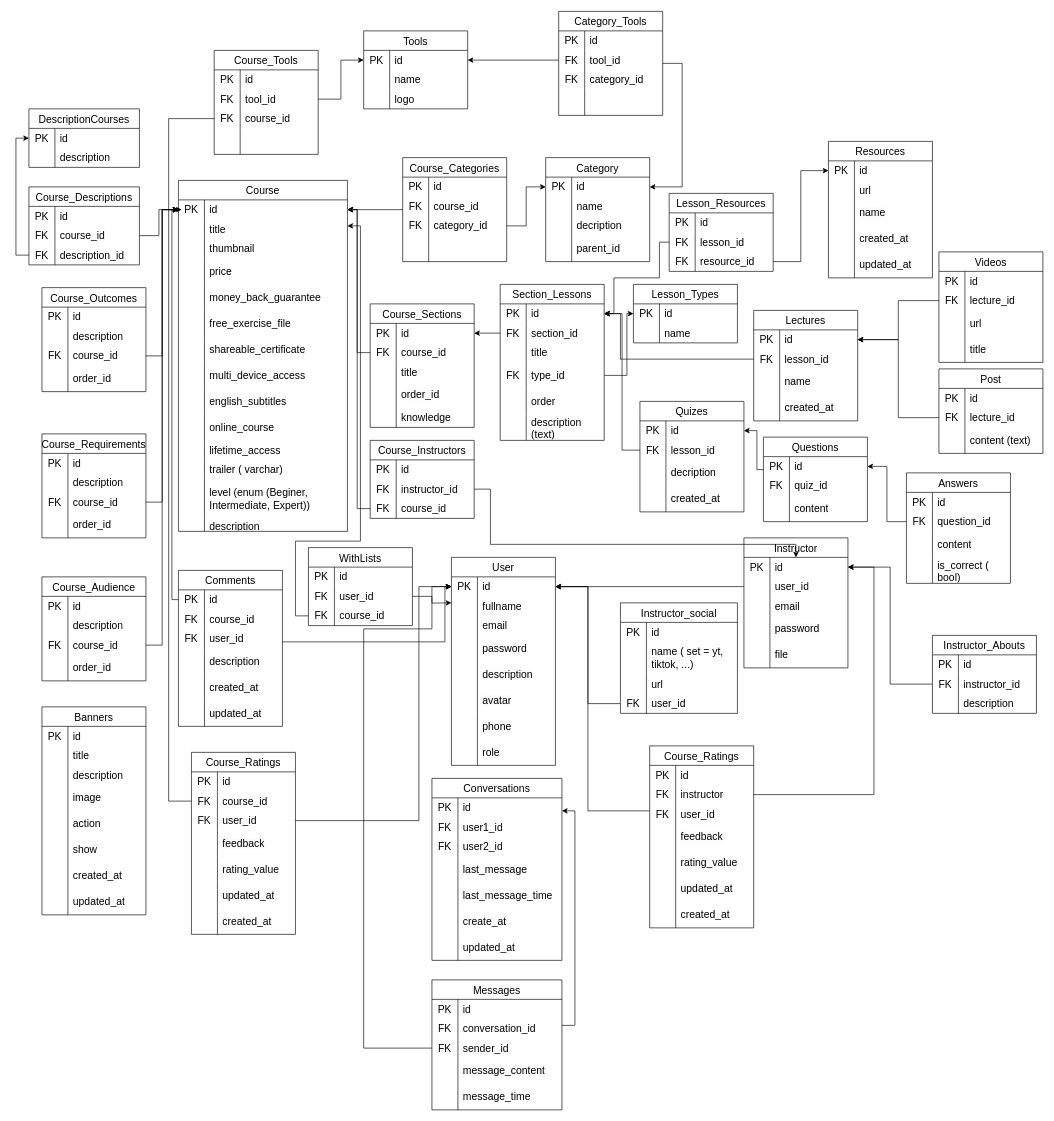
This is techstudent.drawio from phuc1903/techstudent, a draw.io file, before an edit. Source tidied: cells renumbered, new cells numbered last; positions are measured from the earlier drawing's top-left corner, leaving out a move shared by most shapes. Both pictures are drawn from the tidied source at 65%, with x=0, y=0 at pixel (16, 11).
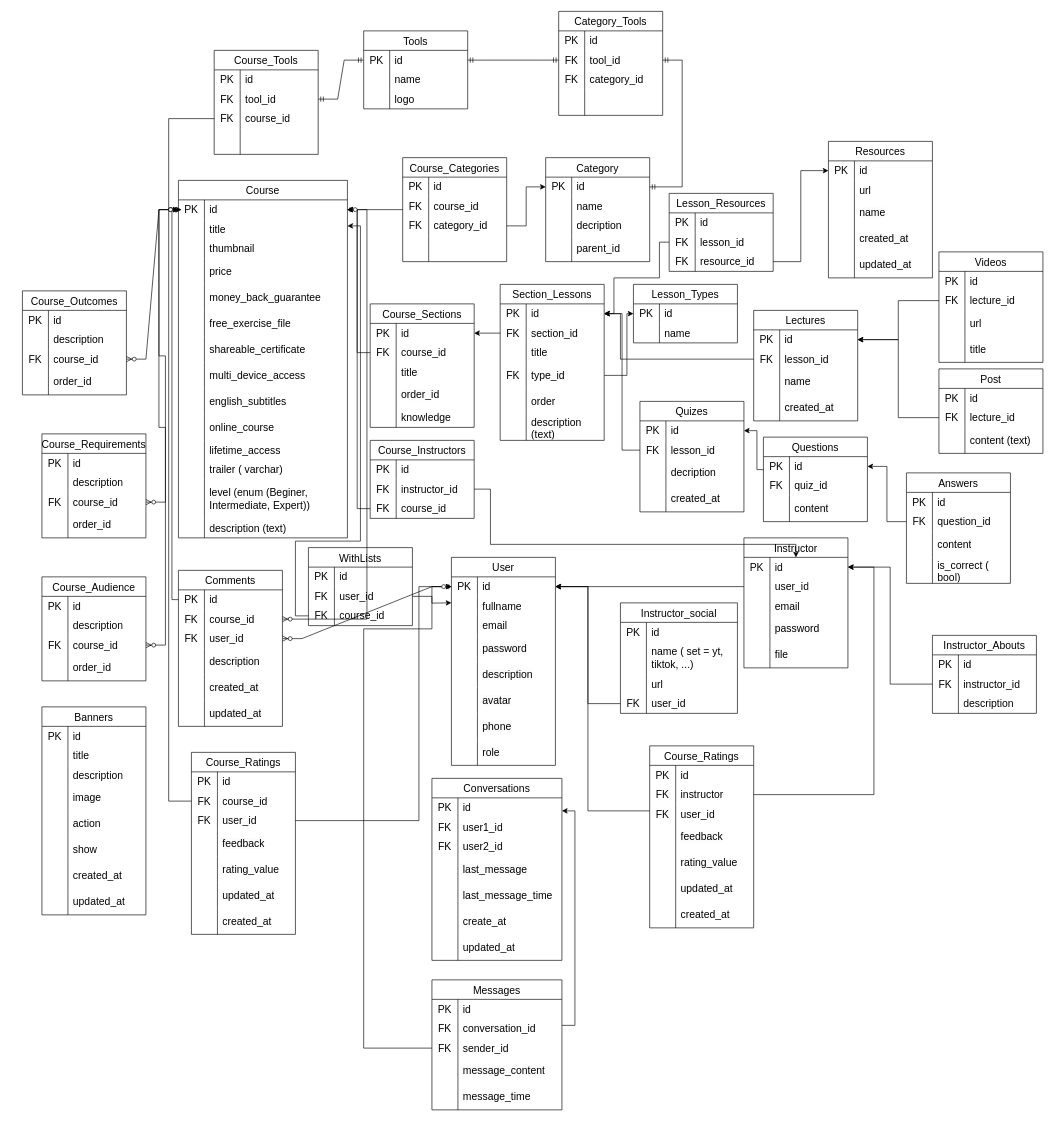
The same page after the edit.

Commit message:
Cập nhật techstudent.drawio

The change refers to these unchanged cells:
```xml
<mxCell id="3" style="shape=tableRow;horizontal=0;startSize=0;swimlaneHead=0;swimlaneBody=0;top=0;left=0;bottom=0;right=0;fillColor=none;points=[[0,0.5],[1,0.5]];portConstraint=eastwest;strokeColor=inherit;fontSize=16;" parent="2" vertex="1">
  <mxGeometry y="30" width="260" height="30" as="geometry" />
</mxCell>
<mxCell id="53" style="shape=tableRow;horizontal=0;startSize=0;swimlaneHead=0;swimlaneBody=0;top=0;left=0;bottom=0;right=0;fillColor=none;points=[[0,0.5],[1,0.5]];portConstraint=eastwest;strokeColor=inherit;fontSize=16;" parent="52" vertex="1">
  <mxGeometry y="30" width="160" height="30" as="geometry" />
</mxCell>
<mxCell id="87" style="shape=tableRow;horizontal=0;startSize=0;swimlaneHead=0;swimlaneBody=0;top=0;left=0;bottom=0;right=0;fillColor=none;points=[[0,0.5],[1,0.5]];portConstraint=eastwest;strokeColor=inherit;fontSize=16;" parent="80" vertex="1">
  <mxGeometry y="90" width="160" height="30" as="geometry" />
</mxCell>
<mxCell id="100" style="shape=tableRow;horizontal=0;startSize=0;swimlaneHead=0;swimlaneBody=0;top=0;left=0;bottom=0;right=0;fillColor=none;points=[[0,0.5],[1,0.5]];portConstraint=eastwest;strokeColor=inherit;fontSize=16;" parent="93" vertex="1">
  <mxGeometry y="90" width="160" height="30" as="geometry" />
</mxCell>
<mxCell id="113" style="shape=tableRow;horizontal=0;startSize=0;swimlaneHead=0;swimlaneBody=0;top=0;left=0;bottom=0;right=0;fillColor=none;points=[[0,0.5],[1,0.5]];portConstraint=eastwest;strokeColor=inherit;fontSize=16;" parent="106" vertex="1">
  <mxGeometry y="90" width="160" height="30" as="geometry" />
</mxCell>
<mxCell id="161" style="shape=tableRow;horizontal=0;startSize=0;swimlaneHead=0;swimlaneBody=0;top=0;left=0;bottom=0;right=0;fillColor=none;points=[[0,0.5],[1,0.5]];portConstraint=eastwest;strokeColor=inherit;fontSize=16;" parent="160" vertex="1">
  <mxGeometry y="30" width="160" height="30" as="geometry" />
</mxCell>
<mxCell id="189" style="shape=tableRow;horizontal=0;startSize=0;swimlaneHead=0;swimlaneBody=0;top=0;left=0;bottom=0;right=0;fillColor=none;points=[[0,0.5],[1,0.5]];portConstraint=eastwest;strokeColor=inherit;fontSize=16;" parent="185" vertex="1">
  <mxGeometry y="60" width="160" height="30" as="geometry" />
</mxCell>
<mxCell id="192" style="shape=tableRow;horizontal=0;startSize=0;swimlaneHead=0;swimlaneBody=0;top=0;left=0;bottom=0;right=0;fillColor=none;points=[[0,0.5],[1,0.5]];portConstraint=eastwest;strokeColor=inherit;fontSize=16;" parent="185" vertex="1">
  <mxGeometry y="90" width="160" height="30" as="geometry" />
</mxCell>
<mxCell id="349" style="shape=tableRow;horizontal=0;startSize=0;swimlaneHead=0;swimlaneBody=0;top=0;left=0;bottom=0;right=0;fillColor=none;points=[[0,0.5],[1,0.5]];portConstraint=eastwest;strokeColor=inherit;fontSize=16;" parent="345" vertex="1">
  <mxGeometry y="60" width="160" height="30" as="geometry" />
</mxCell>
<mxCell id="359" style="shape=tableRow;horizontal=0;startSize=0;swimlaneHead=0;swimlaneBody=0;top=0;left=0;bottom=0;right=0;fillColor=none;points=[[0,0.5],[1,0.5]];portConstraint=eastwest;strokeColor=inherit;fontSize=16;" parent="358" vertex="1">
  <mxGeometry y="30" width="160" height="30" as="geometry" />
</mxCell>
<mxCell id="369" value="Category_Tools" style="shape=table;startSize=30;childLayout=tableLayout;rowLines=0;fontStyle=0;strokeColor=default;fontSize=16;" parent="1" vertex="1">
  <mxGeometry x="835" width="160" height="160" as="geometry" />
</mxCell>
<mxCell id="373" style="shape=tableRow;horizontal=0;startSize=0;swimlaneHead=0;swimlaneBody=0;top=0;left=0;bottom=0;right=0;fillColor=none;points=[[0,0.5],[1,0.5]];portConstraint=eastwest;strokeColor=inherit;fontSize=16;" parent="369" vertex="1">
  <mxGeometry y="60" width="160" height="30" as="geometry" />
</mxCell>
```

What changed in the source:
```diff
@@
     <mxCell id="2" value="Course" style="shape=table;startSize=30;childLayout=tableLayout;rowLines=0;fontStyle=0;strokeColor=default;fontSize=16;" parent="1" vertex="1">
-      <mxGeometry x="250" y="260" width="260" height="540" as="geometry" />
+      <mxGeometry x="250" y="260" width="260" height="550" as="geometry" />
     </mxCell>
@@
     <mxCell id="42" style="shape=tableRow;horizontal=0;startSize=0;swimlaneHead=0;swimlaneBody=0;top=0;left=0;bottom=0;right=0;fillColor=none;strokeColor=inherit;fontSize=16;" parent="2" vertex="1">
-      <mxGeometry y="520" width="260" height="20" as="geometry" />
+      <mxGeometry y="520" width="260" height="30" as="geometry" />
     </mxCell>
     <mxCell id="43" style="shape=partialRectangle;html=1;whiteSpace=wrap;fillColor=none;top=0;left=0;bottom=0;right=0;overflow=hidden;strokeColor=inherit;fontSize=16;" parent="42" vertex="1">
-      <mxGeometry width="40" height="20" as="geometry" />
+      <mxGeometry width="40" height="30" as="geometry" />
     </mxCell>
-    <mxCell id="44" value="description" style="shape=partialRectangle;html=1;whiteSpace=wrap;fillColor=none;top=0;left=0;bottom=0;right=0;align=left;spacingLeft=6;overflow=hidden;strokeColor=inherit;fontSize=16;" parent="42" vertex="1">
-      <mxGeometry x="40" width="220" height="20" as="geometry" />
+    <mxCell id="44" value="description (text)" style="shape=partialRectangle;html=1;whiteSpace=wrap;fillColor=none;top=0;left=0;bottom=0;right=0;align=left;spacingLeft=6;overflow=hidden;strokeColor=inherit;fontSize=16;" parent="42" vertex="1">
+      <mxGeometry x="40" width="220" height="30" as="geometry" />
     </mxCell>
-    <mxCell id="45" value="DescriptionCourses" style="shape=table;startSize=30;childLayout=tableLayout;rowLines=0;fontStyle=0;strokeColor=default;fontSize=16;" parent="1" vertex="1">
-      <mxGeometry x="20" y="150" width="170" height="90" as="geometry" />
-    </mxCell>
-    <mxCell id="46" style="shape=tableRow;horizontal=0;startSize=0;swimlaneHead=0;swimlaneBody=0;top=0;left=0;bottom=0;right=0;fillColor=none;points=[[0,0.5],[1,0.5]];portConstraint=eastwest;strokeColor=inherit;fontSize=16;" parent="45" vertex="1">
-      <mxGeometry y="30" width="170" height="30" as="geometry" />
-    </mxCell>
-    <mxCell id="47" value="PK" style="shape=partialRectangle;html=1;whiteSpace=wrap;fillColor=none;top=0;left=0;bottom=0;right=0;overflow=hidden;strokeColor=inherit;fontSize=16;" parent="46" vertex="1">
-      <mxGeometry width="40" height="30" as="geometry" />
-    </mxCell>
-    <mxCell id="48" value="id" style="shape=partialRectangle;html=1;whiteSpace=wrap;fillColor=none;top=0;left=0;bottom=0;right=0;align=left;spacingLeft=6;overflow=hidden;strokeColor=inherit;fontSize=16;" parent="46" vertex="1">
-      <mxGeometry x="40" width="130" height="30" as="geometry" />
-    </mxCell>
-    <mxCell id="49" style="shape=tableRow;horizontal=0;startSize=0;swimlaneHead=0;swimlaneBody=0;top=0;left=0;bottom=0;right=0;fillColor=none;strokeColor=inherit;fontSize=16;" parent="45" vertex="1">
-      <mxGeometry y="60" width="170" height="30" as="geometry" />
-    </mxCell>
-    <mxCell id="50" style="shape=partialRectangle;html=1;whiteSpace=wrap;fillColor=none;top=0;left=0;bottom=0;right=0;overflow=hidden;strokeColor=inherit;fontSize=16;" parent="49" vertex="1">
-      <mxGeometry width="40" height="30" as="geometry" />
-    </mxCell>
-    <mxCell id="51" value="description" style="shape=partialRectangle;html=1;whiteSpace=wrap;fillColor=none;top=0;left=0;bottom=0;right=0;align=left;spacingLeft=6;overflow=hidden;strokeColor=inherit;fontSize=16;" parent="49" vertex="1">
-      <mxGeometry x="40" width="130" height="30" as="geometry" />
-    </mxCell>
@@
     <mxCell id="80" value="Course_Outcomes" style="shape=table;startSize=30;childLayout=tableLayout;rowLines=0;fontStyle=0;strokeColor=default;fontSize=16;" parent="1" vertex="1">
-      <mxGeometry x="40" y="425" width="160" height="160" as="geometry" />
+      <mxGeometry x="10" y="430" width="160" height="160" as="geometry" />
     </mxCell>
@@
-    <mxCell id="119" style="edgeStyle=orthogonalEdgeStyle;rounded=0;jettySize=auto;html=1;" parent="1" edge="1" source="87" target="3">
-      <mxGeometry relative="1" as="geometry" />
-    </mxCell>
-    <mxCell id="120" style="edgeStyle=orthogonalEdgeStyle;rounded=0;jettySize=auto;html=1;" parent="1" edge="1" source="100" target="3">
-      <mxGeometry relative="1" as="geometry" />
-    </mxCell>
-    <mxCell id="121" style="edgeStyle=orthogonalEdgeStyle;rounded=0;jettySize=auto;html=1;" parent="1" edge="1" source="113" target="3">
-      <mxGeometry relative="1" as="geometry" />
-    </mxCell>
@@
-    <mxCell id="205" style="edgeStyle=orthogonalEdgeStyle;rounded=0;jettySize=auto;html=1;" parent="1" edge="1" source="192" target="161">
-      <mxGeometry relative="1" as="geometry">
-        <Array as="points">
-          <mxPoint x="660" y="970" />
-          <mxPoint x="660" y="885" />
-        </Array>
-      </mxGeometry>
-    </mxCell>
@@
-    <mxCell id="368" style="edgeStyle=orthogonalEdgeStyle;rounded=0;jettySize=auto;html=1;" parent="1" edge="1" source="369" target="53">
-      <mxGeometry relative="1" as="geometry">
-        <Array as="points">
-          <mxPoint x="1025" y="80" />
-          <mxPoint x="1025" y="270" />
-        </Array>
-      </mxGeometry>
-    </mxCell>
@@
-    <mxCell id="382" style="edgeStyle=orthogonalEdgeStyle;rounded=0;jettySize=auto;html=1;" parent="1" edge="1" source="373" target="359">
-      <mxGeometry relative="1" as="geometry" />
-    </mxCell>
@@
-    <mxCell id="384" style="edgeStyle=orthogonalEdgeStyle;rounded=0;jettySize=auto;html=1;" parent="1" edge="1" source="349" target="359">
-      <mxGeometry relative="1" as="geometry" />
-    </mxCell>
@@
-    <mxCell id="435" value="Course_Descriptions" style="shape=table;startSize=30;childLayout=tableLayout;rowLines=0;fontStyle=0;strokeColor=default;fontSize=16;" parent="1" vertex="1">
-      <mxGeometry x="20" y="270" width="170" height="120" as="geometry" />
-    </mxCell>
-    <mxCell id="436" style="shape=tableRow;horizontal=0;startSize=0;swimlaneHead=0;swimlaneBody=0;top=0;left=0;bottom=0;right=0;fillColor=none;strokeColor=inherit;fontSize=16;" parent="435" vertex="1">
-      <mxGeometry y="30" width="170" height="30" as="geometry" />
-    </mxCell>
-    <mxCell id="437" value="PK" style="shape=partialRectangle;html=1;whiteSpace=wrap;fillColor=none;top=0;left=0;bottom=0;right=0;overflow=hidden;strokeColor=inherit;fontSize=16;" parent="436" vertex="1">
-      <mxGeometry width="40" height="30" as="geometry" />
-    </mxCell>
-    <mxCell id="438" value="id" style="shape=partialRectangle;html=1;whiteSpace=wrap;fillColor=none;top=0;left=0;bottom=0;right=0;align=left;spacingLeft=6;overflow=hidden;strokeColor=inherit;fontSize=16;" parent="436" vertex="1">
-      <mxGeometry x="40" width="130" height="30" as="geometry" />
-    </mxCell>
-    <mxCell id="439" style="shape=tableRow;horizontal=0;startSize=0;swimlaneHead=0;swimlaneBody=0;top=0;left=0;bottom=0;right=0;fillColor=none;points=[[0,0.5],[1,0.5]];portConstraint=eastwest;strokeColor=inherit;fontSize=16;" parent="435" vertex="1">
-      <mxGeometry y="60" width="170" height="30" as="geometry" />
-    </mxCell>
-    <mxCell id="440" value="FK" style="shape=partialRectangle;html=1;whiteSpace=wrap;fillColor=none;top=0;left=0;bottom=0;right=0;overflow=hidden;strokeColor=inherit;fontSize=16;" parent="439" vertex="1">
-      <mxGeometry width="40" height="30" as="geometry" />
-    </mxCell>
-    <mxCell id="441" value="course_id" style="shape=partialRectangle;html=1;whiteSpace=wrap;fillColor=none;top=0;left=0;bottom=0;right=0;align=left;spacingLeft=6;overflow=hidden;strokeColor=inherit;fontSize=16;" parent="439" vertex="1">
-      <mxGeometry x="40" width="130" height="30" as="geometry" />
-    </mxCell>
-    <mxCell id="442" style="shape=tableRow;horizontal=0;startSize=0;swimlaneHead=0;swimlaneBody=0;top=0;left=0;bottom=0;right=0;fillColor=none;points=[[0,0.5],[1,0.5]];portConstraint=eastwest;strokeColor=inherit;fontSize=16;" parent="435" vertex="1">
-      <mxGeometry y="90" width="170" height="30" as="geometry" />
-    </mxCell>
-    <mxCell id="443" value="FK" style="shape=partialRectangle;html=1;whiteSpace=wrap;fillColor=none;top=0;left=0;bottom=0;right=0;overflow=hidden;strokeColor=inherit;fontSize=16;" parent="442" vertex="1">
-      <mxGeometry width="40" height="30" as="geometry" />
-    </mxCell>
-    <mxCell id="444" value="description_id" style="shape=partialRectangle;html=1;whiteSpace=wrap;fillColor=none;top=0;left=0;bottom=0;right=0;align=left;spacingLeft=6;overflow=hidden;strokeColor=inherit;fontSize=16;" parent="442" vertex="1">
-      <mxGeometry x="40" width="130" height="30" as="geometry" />
-    </mxCell>
-    <mxCell id="445" style="edgeStyle=orthogonalEdgeStyle;rounded=0;jettySize=auto;html=1;" parent="1" edge="1" source="442" target="46">
-      <mxGeometry relative="1" as="geometry">
-        <Array as="points">
-          <mxPoint y="375" />
-          <mxPoint y="195" />
-        </Array>
-      </mxGeometry>
-    </mxCell>
-    <mxCell id="446" style="edgeStyle=orthogonalEdgeStyle;rounded=0;jettySize=auto;html=1;" parent="1" edge="1" source="439" target="3">
-      <mxGeometry relative="1" as="geometry" />
-    </mxCell>
@@
+    <mxCell id="551" style="edgeStyle=entityRelationEdgeStyle;fontSize=12;html=1;endArrow=ERzeroToMany;startArrow=ERzeroToOne;rounded=0;" parent="1" edge="1" source="3" target="87">
+      <mxGeometry relative="1" as="geometry" />
+    </mxCell>
+    <mxCell id="552" style="edgeStyle=entityRelationEdgeStyle;fontSize=12;html=1;endArrow=ERzeroToMany;startArrow=ERzeroToOne;rounded=0;" parent="1" edge="1" source="3" target="100">
+      <mxGeometry relative="1" as="geometry">
+        <Array as="points">
+          <mxPoint x="430" y="335" />
+        </Array>
+      </mxGeometry>
+    </mxCell>
+    <mxCell id="553" style="edgeStyle=entityRelationEdgeStyle;fontSize=12;html=1;endArrow=ERzeroToMany;startArrow=ERzeroToOne;rounded=0;" parent="1" edge="1" source="3" target="113">
+      <mxGeometry relative="1" as="geometry">
+        <Array as="points">
+          <mxPoint x="440" y="345" />
+        </Array>
+      </mxGeometry>
+    </mxCell>
+    <mxCell id="554" style="edgeStyle=entityRelationEdgeStyle;fontSize=12;html=1;endArrow=ERzeroToMany;startArrow=ERzeroToOne;rounded=0;" parent="1" edge="1" source="161" target="192">
+      <mxGeometry relative="1" as="geometry">
+        <Array as="points">
+          <mxPoint x="450" y="355" />
+          <mxPoint x="600" y="980" />
+          <mxPoint x="640" y="960" />
+        </Array>
+      </mxGeometry>
+    </mxCell>
+    <mxCell id="555" style="edgeStyle=entityRelationEdgeStyle;fontSize=12;html=1;endArrow=ERzeroToMany;startArrow=ERzeroToOne;rounded=0;" parent="1" edge="1" source="3" target="189">
+      <mxGeometry relative="1" as="geometry">
+        <Array as="points">
+          <mxPoint x="630" y="880" />
+          <mxPoint x="460" y="365" />
+          <mxPoint x="610" y="990" />
+          <mxPoint x="650" y="970" />
+        </Array>
+      </mxGeometry>
+    </mxCell>
+    <mxCell id="384" style="edgeStyle=entityRelationEdgeStyle;fontSize=12;html=1;endArrow=ERmandOne;startArrow=ERmandOne;rounded=0;" parent="1" edge="1" source="349" target="359">
+      <mxGeometry relative="1" as="geometry" />
+    </mxCell>
+    <mxCell id="556" style="edgeStyle=entityRelationEdgeStyle;fontSize=12;html=1;endArrow=ERmandOne;startArrow=ERmandOne;rounded=0;" parent="1" edge="1" source="359" target="373">
+      <mxGeometry relative="1" as="geometry" />
+    </mxCell>
+    <mxCell id="557" style="edgeStyle=entityRelationEdgeStyle;fontSize=12;html=1;endArrow=ERmandOne;startArrow=ERmandOne;rounded=0;" parent="1" edge="1" source="53" target="373">
+      <mxGeometry relative="1" as="geometry" />
+    </mxCell>
```
